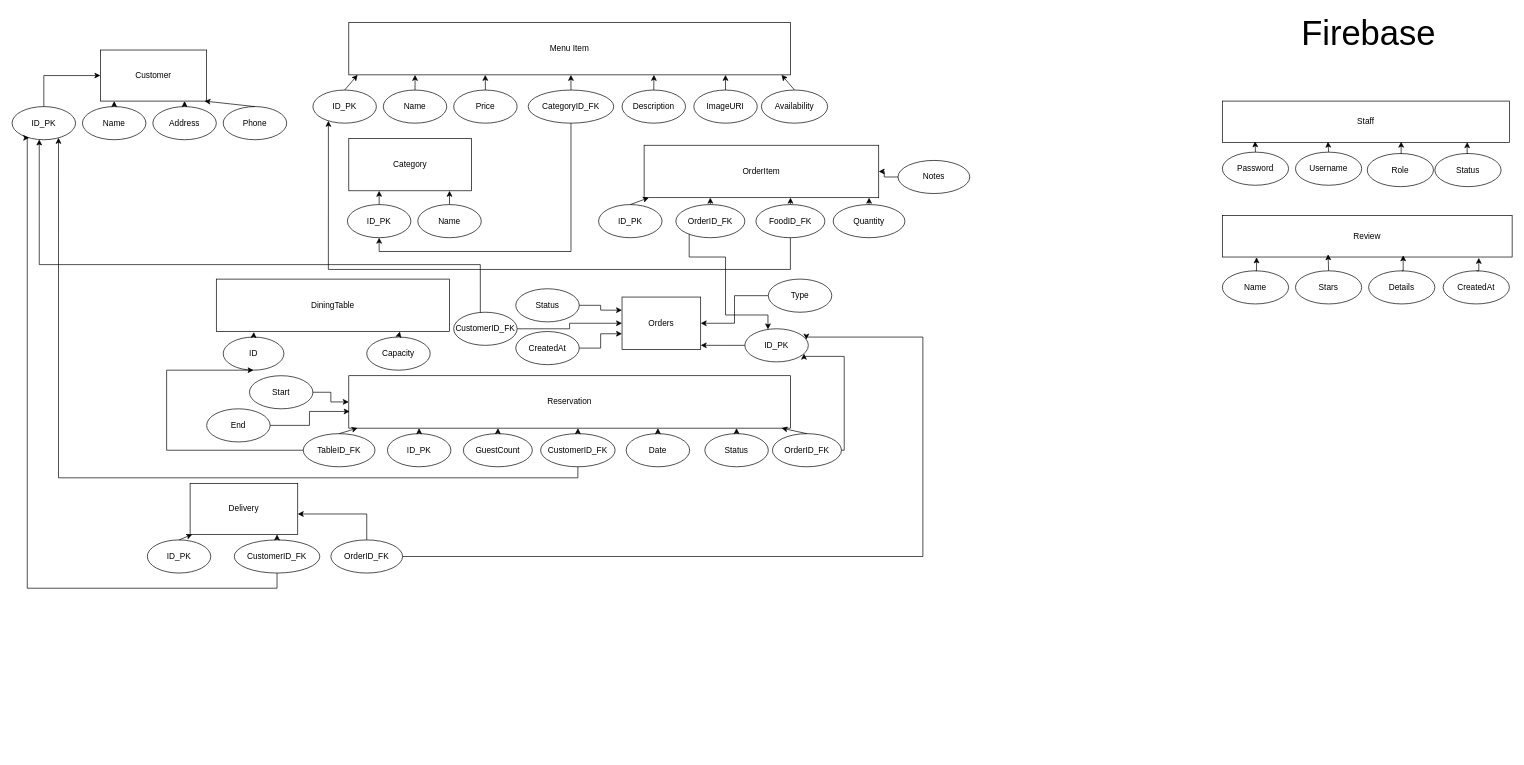
Before: plans/database-erd.drawio in sparkycake0/Restaurant, a draw.io diagram. Source tidied: cells renumbered, new cells numbered last; positions are measured from the earlier drawing's top-left corner, leaving out a move shared by most shapes. Both pictures are drawn from the tidied source at 69%, with x=0, y=0 at pixel (12, 22).
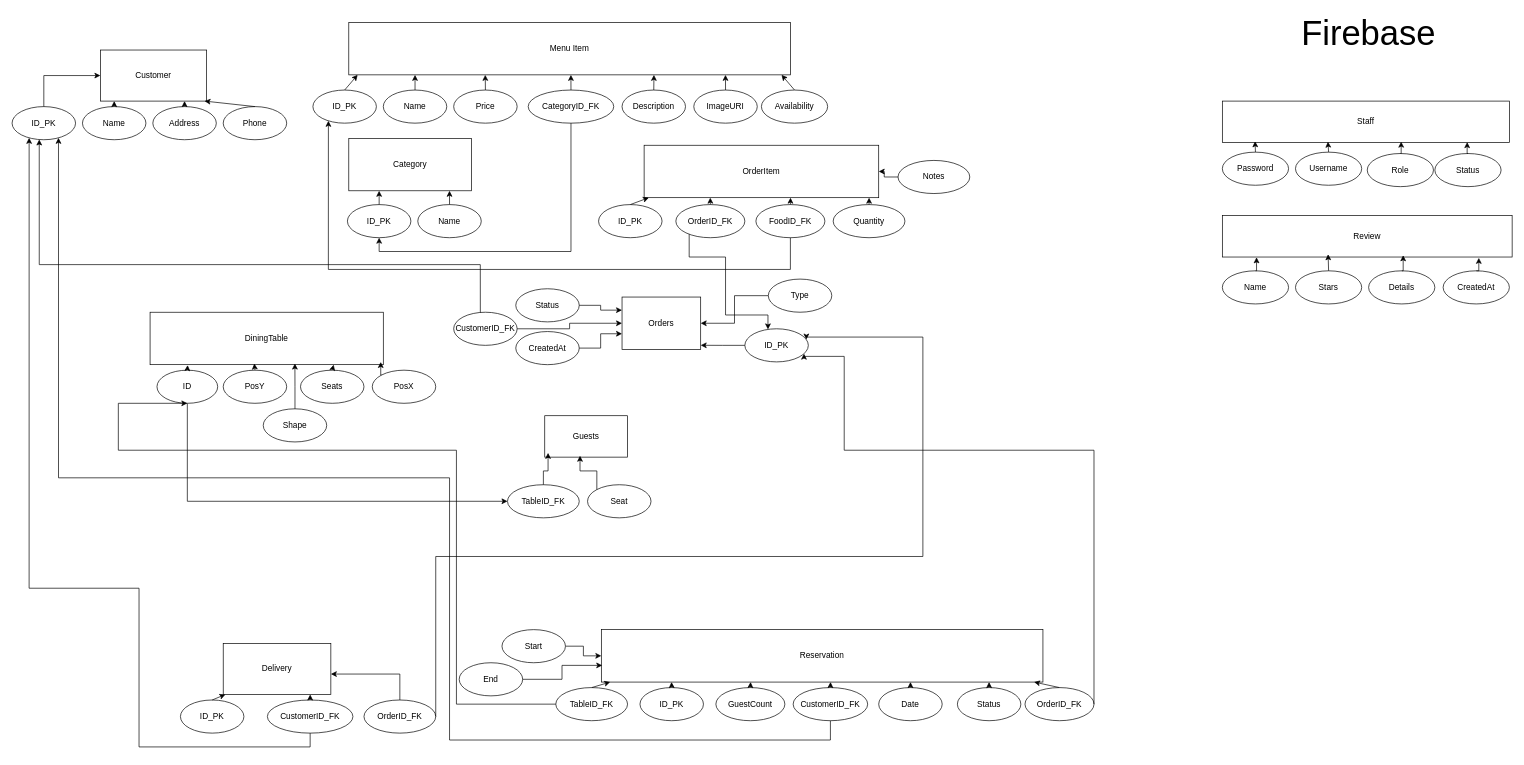
The same diagram, later.

The change refers to these unchanged cells:
```xml
<mxCell id="10" value="ID_PK" style="ellipse;whiteSpace=wrap;html=1;" parent="1" vertex="1">
  <mxGeometry y="122" width="92" height="48" as="geometry" />
</mxCell>
```

Diff of the diagram source:
```diff
@@
     <mxCell id="6" value="DiningTable" style="rounded=0;whiteSpace=wrap;html=1;" parent="1" vertex="1">
-      <mxGeometry x="296" y="372" width="338" height="76" as="geometry" />
+      <mxGeometry x="200" y="420" width="338" height="76" as="geometry" />
     </mxCell>
@@
     <mxCell id="8" value="Reservation" style="rounded=0;whiteSpace=wrap;html=1;" parent="1" vertex="1">
-      <mxGeometry x="488" y="512" width="640" height="76" as="geometry" />
+      <mxGeometry x="854" y="880" width="640" height="76" as="geometry" />
     </mxCell>
     <mxCell id="9" value="Delivery" style="rounded=0;whiteSpace=wrap;html=1;" parent="1" vertex="1">
-      <mxGeometry x="258" y="668" width="156" height="74" as="geometry" />
+      <mxGeometry x="306" y="900" width="156" height="74" as="geometry" />
     </mxCell>
@@
+    <mxCell id="112" style="edgeStyle=orthogonalEdgeStyle;rounded=0;jettySize=auto;html=1;exitX=0.5;exitY=1;exitDx=0;exitDy=0;entryX=0;entryY=0.5;entryDx=0;entryDy=0;" parent="1" edge="1" source="27" target="120">
+      <mxGeometry relative="1" as="geometry" />
+    </mxCell>
     <mxCell id="27" value="ID" style="ellipse;whiteSpace=wrap;html=1;" parent="1" vertex="1">
-      <mxGeometry x="306" y="456" width="88" height="48" as="geometry" />
+      <mxGeometry x="210" y="504" width="88" height="48" as="geometry" />
     </mxCell>
-    <mxCell id="28" value="Capacity" style="ellipse;whiteSpace=wrap;html=1;" parent="1" vertex="1">
-      <mxGeometry x="514" y="456" width="92" height="48" as="geometry" />
+    <mxCell id="28" value="Seats" style="ellipse;whiteSpace=wrap;html=1;" parent="1" vertex="1">
+      <mxGeometry x="418" y="504" width="92" height="48" as="geometry" />
     </mxCell>
@@
     <mxCell id="32" value="TableID_FK" style="ellipse;whiteSpace=wrap;html=1;" parent="1" vertex="1">
-      <mxGeometry x="422" y="596" width="104" height="48" as="geometry" />
+      <mxGeometry x="788" y="964" width="104" height="48" as="geometry" />
     </mxCell>
     <mxCell id="33" value="ID_PK" style="ellipse;whiteSpace=wrap;html=1;" parent="1" vertex="1">
-      <mxGeometry x="544" y="596" width="92" height="48" as="geometry" />
+      <mxGeometry x="910" y="964" width="92" height="48" as="geometry" />
     </mxCell>
     <mxCell id="34" value="GuestCount" style="ellipse;whiteSpace=wrap;html=1;" parent="1" vertex="1">
-      <mxGeometry x="654" y="596" width="100" height="48" as="geometry" />
+      <mxGeometry x="1020" y="964" width="100" height="48" as="geometry" />
     </mxCell>
     <mxCell id="35" value="CustomerID_FK" style="ellipse;whiteSpace=wrap;html=1;" parent="1" vertex="1">
-      <mxGeometry x="766" y="596" width="108" height="48" as="geometry" />
+      <mxGeometry x="1132" y="964" width="108" height="48" as="geometry" />
     </mxCell>
     <mxCell id="36" value="Date" style="ellipse;whiteSpace=wrap;html=1;" parent="1" vertex="1">
-      <mxGeometry x="890" y="596" width="92" height="48" as="geometry" />
+      <mxGeometry x="1256" y="964" width="92" height="48" as="geometry" />
     </mxCell>
     <mxCell id="37" value="Status" style="ellipse;whiteSpace=wrap;html=1;" parent="1" vertex="1">
-      <mxGeometry x="1004" y="596" width="92" height="48" as="geometry" />
+      <mxGeometry x="1370" y="964" width="92" height="48" as="geometry" />
     </mxCell>
     <mxCell id="38" value="OrderID_FK" style="ellipse;whiteSpace=wrap;html=1;" parent="1" vertex="1">
-      <mxGeometry x="1102" y="596" width="100" height="48" as="geometry" />
+      <mxGeometry x="1468" y="964" width="100" height="48" as="geometry" />
     </mxCell>
     <mxCell id="39" value="ID_PK" style="ellipse;whiteSpace=wrap;html=1;" parent="1" vertex="1">
-      <mxGeometry x="196" y="750" width="92" height="48" as="geometry" />
+      <mxGeometry x="244" y="982" width="92" height="48" as="geometry" />
     </mxCell>
     <mxCell id="40" value="CustomerID_FK" style="ellipse;whiteSpace=wrap;html=1;" parent="1" vertex="1">
-      <mxGeometry x="322" y="750" width="124" height="48" as="geometry" />
+      <mxGeometry x="370" y="982" width="124" height="48" as="geometry" />
     </mxCell>
     <mxCell id="41" value="OrderID_FK" style="ellipse;whiteSpace=wrap;html=1;" parent="1" vertex="1">
-      <mxGeometry x="462" y="750" width="104" height="48" as="geometry" />
+      <mxGeometry x="510" y="982" width="104" height="48" as="geometry" />
     </mxCell>
@@
     <mxCell id="77" style="edgeStyle=orthogonalEdgeStyle;rounded=0;html=1;endArrow=classic;exitX=0.5;exitY=1;exitDx=0;exitDy=0;entryX=0.27;entryY=0.95;entryDx=0;entryDy=0;" parent="1" edge="1" source="40" target="10">
       <mxGeometry relative="1" as="geometry">
         <Array as="points">
-          <mxPoint x="384" y="820" />
-          <mxPoint x="22" y="820" />
+          <mxPoint x="432" y="1050" />
+          <mxPoint x="184" y="1050" />
+          <mxPoint x="184" y="820" />
+          <mxPoint x="25" y="820" />
         </Array>
       </mxGeometry>
     </mxCell>
     <mxCell id="78" style="edgeStyle=orthogonalEdgeStyle;rounded=0;html=1;endArrow=classic;exitX=0.5;exitY=1;exitDx=0;exitDy=0;entryX=0.73;entryY=0.95;entryDx=0;entryDy=0;" parent="1" edge="1" source="35" target="10">
       <mxGeometry relative="1" as="geometry">
         <Array as="points">
-          <mxPoint x="820" y="660" />
-          <mxPoint x="68" y="660" />
+          <mxPoint x="1186" y="1040" />
+          <mxPoint x="634" y="1040" />
+          <mxPoint x="634" y="660" />
+          <mxPoint x="67" y="660" />
         </Array>
       </mxGeometry>
     </mxCell>
     <mxCell id="79" style="edgeStyle=orthogonalEdgeStyle;rounded=0;html=1;endArrow=classic;exitX=0;exitY=0.5;exitDx=0;exitDy=0;entryX=0.5;entryY=1;entryDx=0;entryDy=0;" parent="1" edge="1" source="32" target="27">
       <mxGeometry relative="1" as="geometry">
         <Array as="points">
-          <mxPoint x="224" y="620" />
-          <mxPoint x="224" y="504" />
+          <mxPoint x="644" y="988" />
+          <mxPoint x="644" y="620" />
+          <mxPoint x="154" y="620" />
+          <mxPoint x="154" y="552" />
         </Array>
       </mxGeometry>
     </mxCell>
@@
     <mxCell id="85" value="End" style="ellipse;whiteSpace=wrap;html=1;" parent="1" vertex="1">
-      <mxGeometry x="282" y="560" width="92" height="48" as="geometry" />
+      <mxGeometry x="648" y="928" width="92" height="48" as="geometry" />
     </mxCell>
@@
     <mxCell id="87" value="Start" style="ellipse;whiteSpace=wrap;html=1;" parent="1" vertex="1">
-      <mxGeometry x="344" y="512" width="92" height="48" as="geometry" />
+      <mxGeometry x="710" y="880" width="92" height="48" as="geometry" />
     </mxCell>
@@
+    <mxCell id="113" value="PosY" style="ellipse;whiteSpace=wrap;html=1;" parent="1" vertex="1">
+      <mxGeometry x="306" y="504" width="92" height="48" as="geometry" />
+    </mxCell>
+    <mxCell id="114" value="PosX" style="ellipse;whiteSpace=wrap;html=1;" parent="1" vertex="1">
+      <mxGeometry x="522" y="504" width="92" height="48" as="geometry" />
+    </mxCell>
+    <mxCell id="115" style="edgeStyle=orthogonalEdgeStyle;rounded=0;jettySize=auto;html=1;exitX=0.5;exitY=0;exitDx=0;exitDy=0;entryX=0.447;entryY=0.979;entryDx=0;entryDy=0;entryPerimeter=0;" parent="1" edge="1" source="113" target="6">
+      <mxGeometry relative="1" as="geometry" />
+    </mxCell>
+    <mxCell id="116" style="edgeStyle=orthogonalEdgeStyle;rounded=0;jettySize=auto;html=1;exitX=0;exitY=0;exitDx=0;exitDy=0;entryX=0.989;entryY=0.949;entryDx=0;entryDy=0;entryPerimeter=0;" parent="1" edge="1" source="114" target="6">
+      <mxGeometry relative="1" as="geometry" />
+    </mxCell>
+    <mxCell id="117" value="Shape" style="ellipse;whiteSpace=wrap;html=1;" parent="1" vertex="1">
+      <mxGeometry x="364" y="560" width="92" height="48" as="geometry" />
+    </mxCell>
+    <mxCell id="118" style="edgeStyle=orthogonalEdgeStyle;rounded=0;jettySize=auto;html=1;exitX=0.5;exitY=0;exitDx=0;exitDy=0;entryX=0.621;entryY=0.979;entryDx=0;entryDy=0;entryPerimeter=0;" parent="1" edge="1" source="117" target="6">
+      <mxGeometry relative="1" as="geometry" />
+    </mxCell>
+    <mxCell id="119" value="Guests" style="rounded=0;whiteSpace=wrap;html=1;" parent="1" vertex="1">
+      <mxGeometry x="772" y="570" width="120" height="60" as="geometry" />
+    </mxCell>
+    <mxCell id="120" value="TableID_FK" style="ellipse;whiteSpace=wrap;html=1;" parent="1" vertex="1">
+      <mxGeometry x="718" y="670" width="104" height="48" as="geometry" />
+    </mxCell>
+    <mxCell id="121" style="edgeStyle=orthogonalEdgeStyle;rounded=0;jettySize=auto;html=1;exitX=0.5;exitY=0;exitDx=0;exitDy=0;entryX=0.04;entryY=0.897;entryDx=0;entryDy=0;entryPerimeter=0;" parent="1" edge="1" source="120" target="119">
+      <mxGeometry relative="1" as="geometry" />
+    </mxCell>
+    <mxCell id="122" value="Seat" style="ellipse;whiteSpace=wrap;html=1;" parent="1" vertex="1">
+      <mxGeometry x="834" y="670" width="92" height="48" as="geometry" />
+    </mxCell>
+    <mxCell id="123" style="edgeStyle=orthogonalEdgeStyle;rounded=0;jettySize=auto;html=1;exitX=0;exitY=0;exitDx=0;exitDy=0;entryX=0.426;entryY=0.967;entryDx=0;entryDy=0;entryPerimeter=0;" parent="1" edge="1" source="122" target="119">
+      <mxGeometry relative="1" as="geometry" />
+    </mxCell>
```
